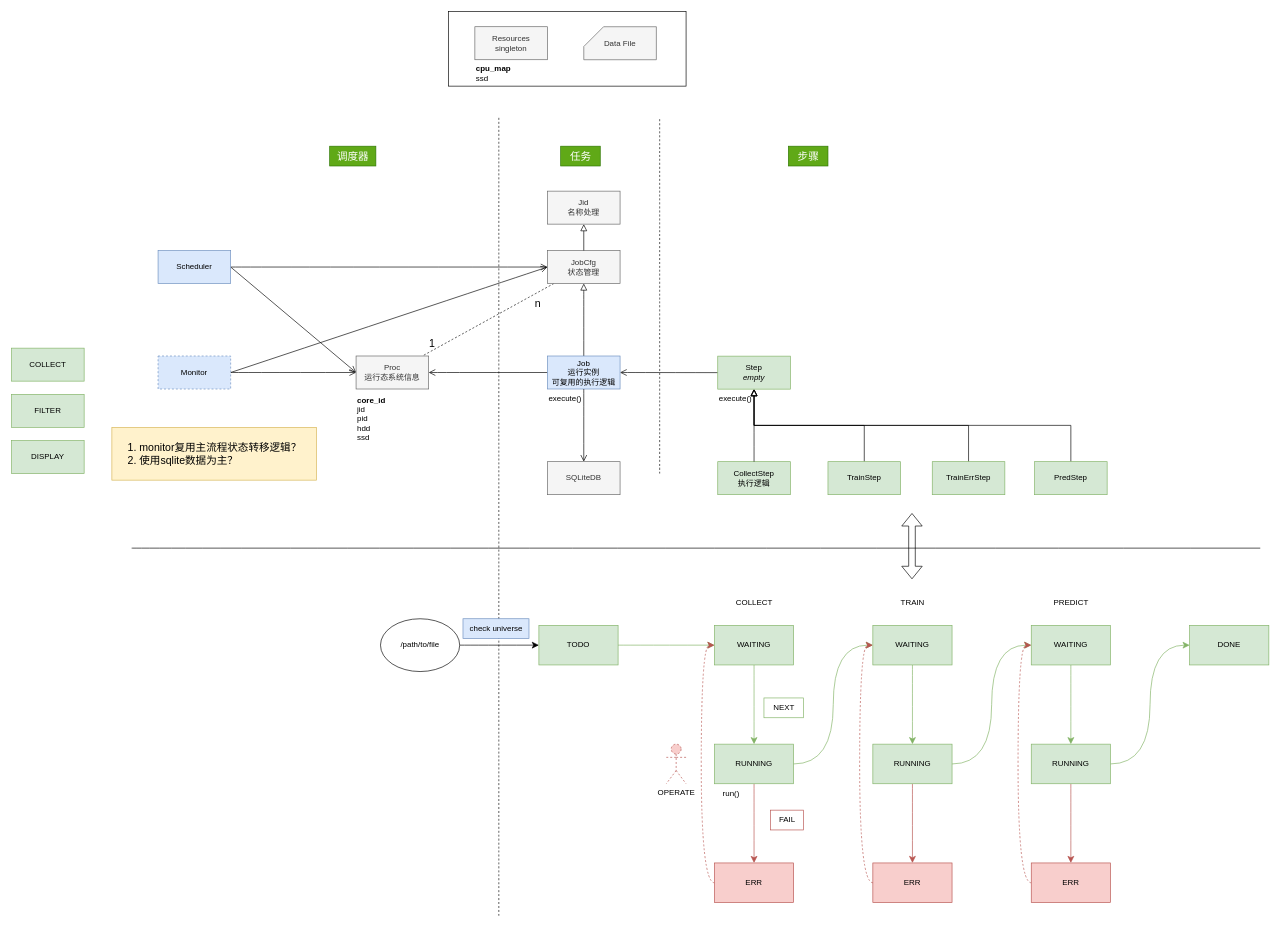
mistyeye11/drawio keeps this draw.io diagram as practice.drawio. Above is the earlier version. Source tidied: cells renumbered, new cells numbered last; positions are measured from the earlier drawing's top-left corner, leaving out a move shared by most shapes. Both pictures are drawn from the tidied source at 66%, with x=0, y=0 at pixel (11, 11).
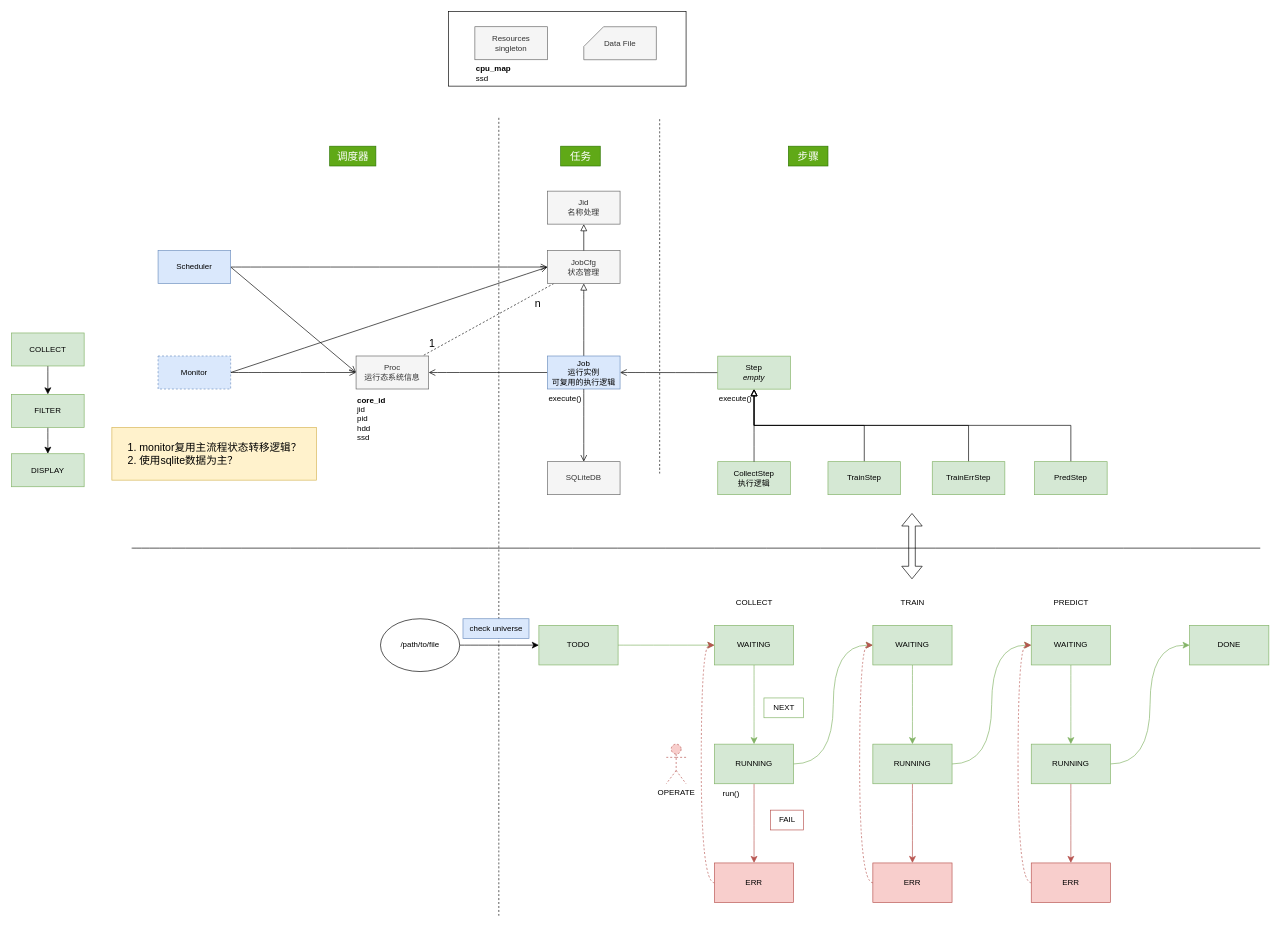
After the change.

Unchanged cells that the change refers to:
```xml
<mxCell id="85" value="FILTER" style="html=1;whiteSpace=wrap;fillColor=#d5e8d4;strokeColor=#82b366;" parent="1" vertex="1">
  <mxGeometry y="580" width="110" height="50" as="geometry" />
</mxCell>
```

Diff of the diagram source:
```diff
@@
+    <mxCell id="87" style="edgeStyle=none;curved=1;rounded=0;jettySize=auto;html=1;exitX=0.5;exitY=1;exitDx=0;exitDy=0;entryX=0.5;entryY=0;entryDx=0;entryDy=0;fontSize=12;startSize=8;endSize=8;" parent="1" edge="1" source="84" target="85">
+      <mxGeometry relative="1" as="geometry" />
+    </mxCell>
     <mxCell id="84" value="&lt;div&gt;COLLECT&lt;/div&gt;" style="html=1;whiteSpace=wrap;fillColor=#d5e8d4;strokeColor=#82b366;" parent="1" vertex="1">
-      <mxGeometry y="510" width="110" height="50" as="geometry" />
+      <mxGeometry y="487" width="110" height="50" as="geometry" />
     </mxCell>
+    <mxCell id="88" style="edgeStyle=none;curved=1;rounded=0;jettySize=auto;html=1;fontSize=12;startSize=8;endSize=8;" parent="1" edge="1" source="85" target="86">
+      <mxGeometry relative="1" as="geometry" />
+    </mxCell>
@@
     <mxCell id="86" value="DISPLAY" style="html=1;whiteSpace=wrap;fillColor=#d5e8d4;strokeColor=#82b366;" parent="1" vertex="1">
-      <mxGeometry y="650" width="110" height="50" as="geometry" />
+      <mxGeometry y="670" width="110" height="50" as="geometry" />
     </mxCell>
```
